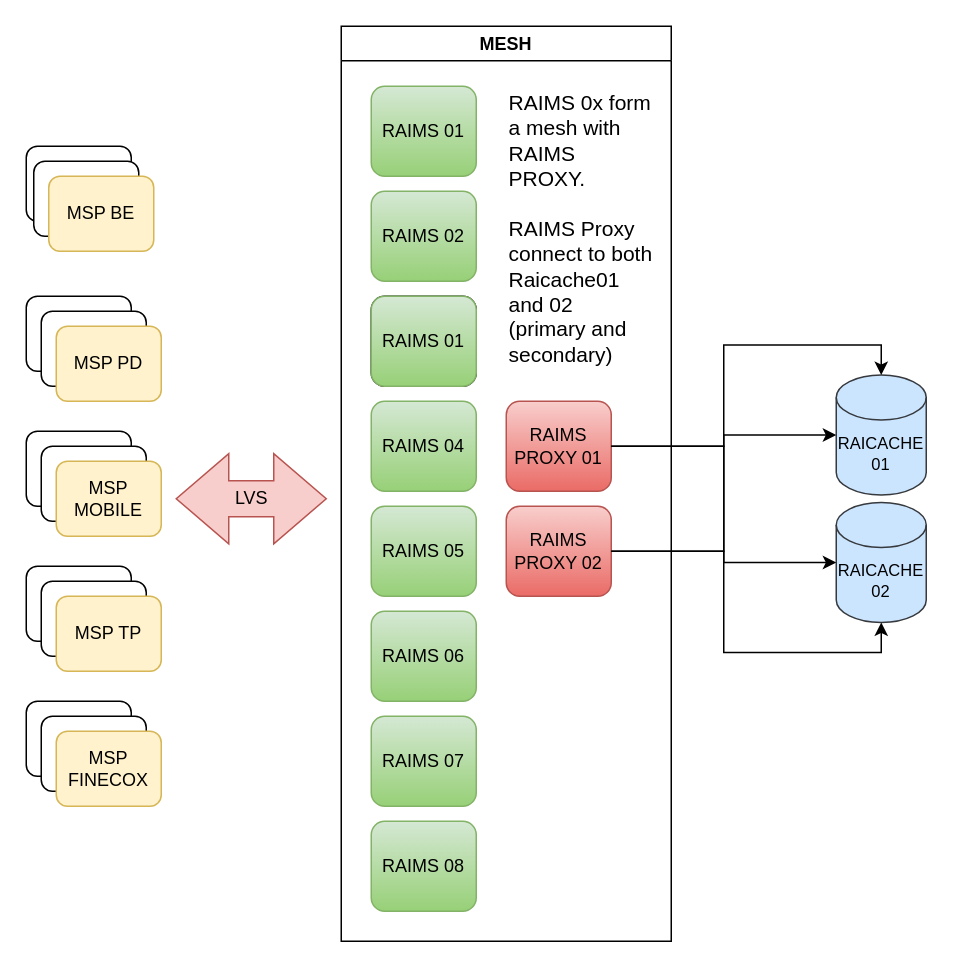
Earlier version of the draw.io diagram msp-raims-lvs.drawio (kino71/diagrams). Source tidied: cells renumbered, new cells numbered last; positions are measured from the earlier drawing's top-left corner, leaving out a move shared by most shapes. Both pictures are drawn from the tidied source at 150%, with x=0, y=0 at pixel (26, 26).
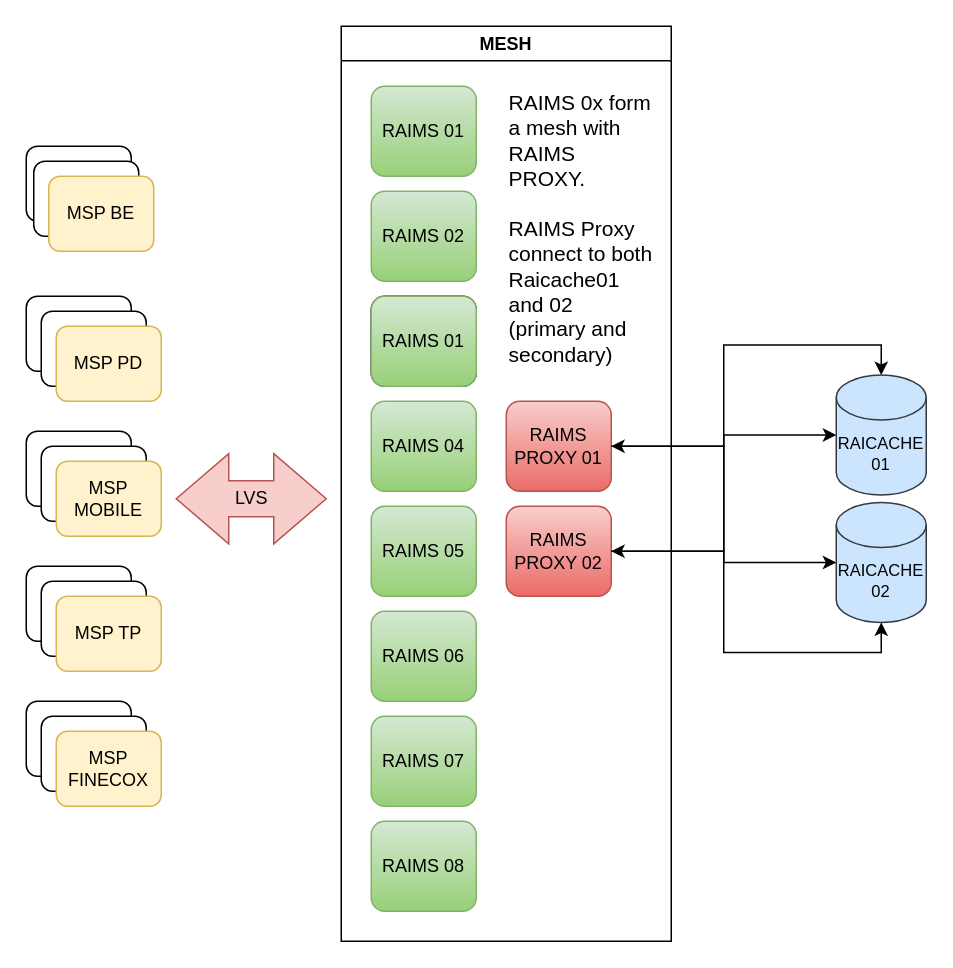
The same diagram, later.

Commit message:
rese bidirezionali le freccie proxy<->raims

Unchanged cells that the change refers to:
```xml
<mxCell id="26" value="RAIMS PROXY 01" style="rounded=1;whiteSpace=wrap;html=1;fillColor=#f8cecc;gradientColor=#ea6b66;strokeColor=#b85450;" parent="25" vertex="1">
  <mxGeometry x="110" y="250" width="70" height="60" as="geometry" />
</mxCell>
<mxCell id="27" value="RAIMS PROXY 02" style="rounded=1;whiteSpace=wrap;html=1;fillColor=#f8cecc;gradientColor=#ea6b66;strokeColor=#b85450;" parent="25" vertex="1">
  <mxGeometry x="110" y="320" width="70" height="60" as="geometry" />
</mxCell>
<mxCell id="29" value="RAICACHE 01" style="shape=cylinder3;whiteSpace=wrap;html=1;boundedLbl=1;backgroundOutline=1;size=15;fontSize=11;fillColor=#cce5ff;strokeColor=#36393d;" parent="1" vertex="1">
  <mxGeometry x="540" y="232.5" width="60" height="80" as="geometry" />
</mxCell>
```

What changed in the source:
```diff
@@
-    <mxCell id="31" style="edgeStyle=orthogonalEdgeStyle;rounded=0;jettySize=auto;html=1;entryX=0;entryY=0.5;entryDx=0;entryDy=0;entryPerimeter=0;" parent="1" edge="1" source="26" target="29">
+    <mxCell id="31" style="edgeStyle=orthogonalEdgeStyle;rounded=0;jettySize=auto;html=1;entryX=0;entryY=0.5;entryDx=0;entryDy=0;entryPerimeter=0;startArrow=classic;startFill=1;" parent="1" edge="1" source="26" target="29">
       <mxGeometry relative="1" as="geometry" />
     </mxCell>
@@
-    <mxCell id="34" style="edgeStyle=orthogonalEdgeStyle;rounded=0;jettySize=auto;html=1;entryX=0.5;entryY=0;entryDx=0;entryDy=0;entryPerimeter=0;" parent="1" edge="1" source="27" target="29">
+    <mxCell id="34" style="edgeStyle=orthogonalEdgeStyle;rounded=0;jettySize=auto;html=1;entryX=0.5;entryY=0;entryDx=0;entryDy=0;entryPerimeter=0;startArrow=classic;startFill=1;" parent="1" edge="1" source="27" target="29">
       <mxGeometry relative="1" as="geometry" />
     </mxCell>
```
